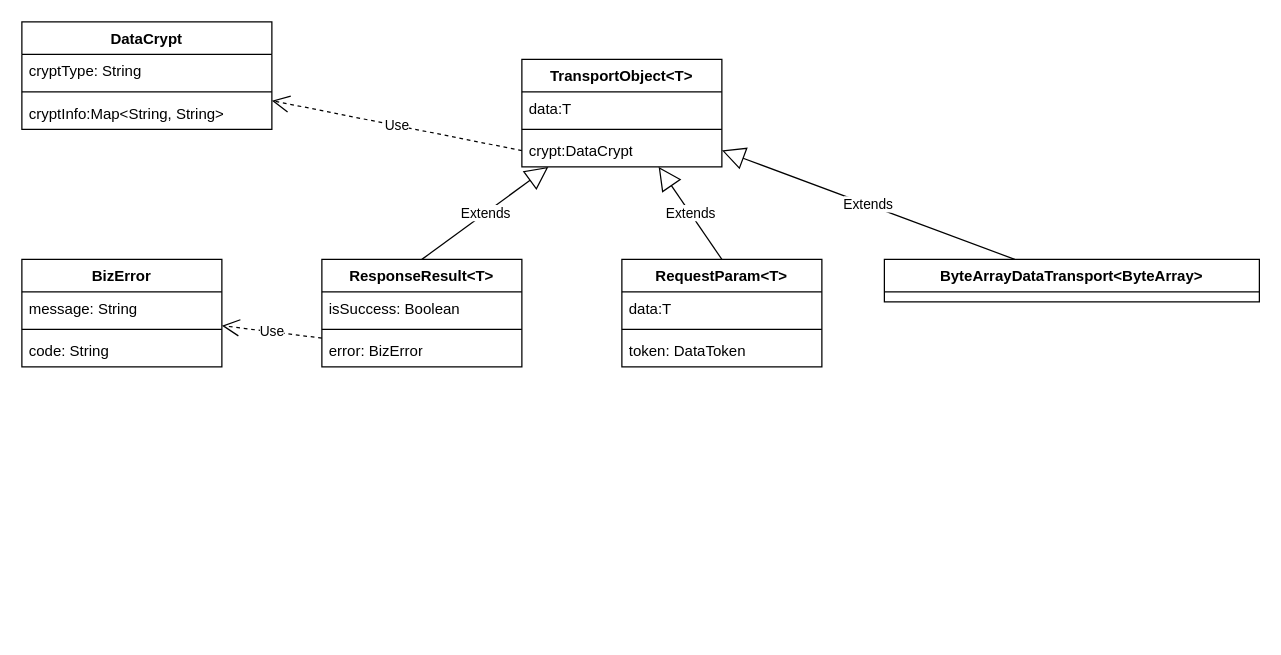
GhostMouse7369/drawio keeps this draw.io diagram as data_crypt.drawio. Above is the earlier version. Source tidied: cells renumbered, new cells numbered last; positions are measured from the earlier drawing's top-left corner, leaving out a move shared by most shapes. Both pictures are drawn from the tidied source at 125%, with x=0, y=0 at pixel (21, 21).
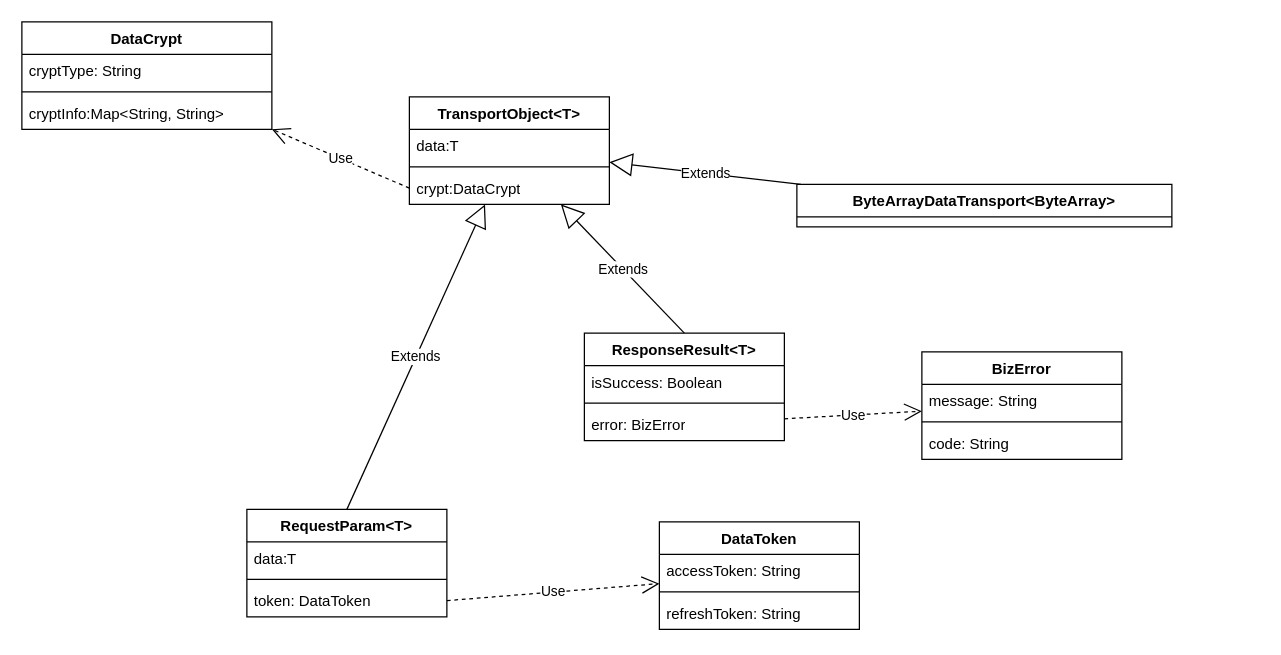
The same page after the edit.

Unchanged cells that the change refers to:
```xml
<mxCell id="17" value="token: DataToken" style="text;strokeColor=none;fillColor=none;align=left;verticalAlign=top;spacingLeft=4;spacingRight=4;overflow=hidden;points=[[0,0.5],[1,0.5]];portConstraint=eastwest;whiteSpace=wrap;html=1;" parent="14" vertex="1">
  <mxGeometry y="60" width="160" height="26" as="geometry" />
</mxCell>
```

Diff of the diagram source:
```diff
@@
     <mxCell id="2" value="TransportObject&amp;lt;T&amp;gt;" style="swimlane;fontStyle=1;align=center;verticalAlign=top;horizontal=1;startSize=26;whiteSpace=wrap;html=1;" parent="1" vertex="1">
-      <mxGeometry x="400" y="30" width="160" height="86" as="geometry" />
+      <mxGeometry x="310" y="60" width="160" height="86" as="geometry" />
     </mxCell>
@@
     <mxCell id="10" value="ResponseResult&amp;lt;T&amp;gt;" style="swimlane;fontStyle=1;align=center;verticalAlign=top;horizontal=1;startSize=26;whiteSpace=wrap;html=1;" parent="1" vertex="1">
-      <mxGeometry x="240" y="190" width="160" height="86" as="geometry" />
+      <mxGeometry x="450" y="249" width="160" height="86" as="geometry" />
     </mxCell>
@@
     <mxCell id="14" value="RequestParam&amp;lt;T&amp;gt;" style="swimlane;fontStyle=1;align=center;verticalAlign=top;horizontal=1;startSize=26;whiteSpace=wrap;html=1;" parent="1" vertex="1">
-      <mxGeometry x="480" y="190" width="160" height="86" as="geometry" />
+      <mxGeometry x="180" y="390" width="160" height="86" as="geometry" />
     </mxCell>
@@
     <mxCell id="18" value="ByteArrayDataTransport&amp;lt;ByteArray&amp;gt;" style="swimlane;fontStyle=1;align=center;verticalAlign=top;horizontal=1;startSize=26;whiteSpace=wrap;html=1;" parent="1" vertex="1">
-      <mxGeometry x="690" y="190" width="300" height="34" as="geometry" />
+      <mxGeometry x="620" y="130" width="300" height="34" as="geometry" />
     </mxCell>
     <mxCell id="19" value="BizError" style="swimlane;fontStyle=1;align=center;verticalAlign=top;horizontal=1;startSize=26;whiteSpace=wrap;html=1;" parent="1" vertex="1">
-      <mxGeometry y="190" width="160" height="86" as="geometry" />
+      <mxGeometry x="720" y="264" width="160" height="86" as="geometry" />
     </mxCell>
@@
+    <mxCell id="28" value="DataToken" style="swimlane;fontStyle=1;align=center;verticalAlign=top;horizontal=1;startSize=26;whiteSpace=wrap;html=1;" parent="1" vertex="1">
+      <mxGeometry x="510" y="400" width="160" height="86" as="geometry" />
+    </mxCell>
+    <mxCell id="29" value="accessToken: String" style="text;strokeColor=none;fillColor=none;align=left;verticalAlign=top;spacingLeft=4;spacingRight=4;overflow=hidden;whiteSpace=wrap;html=1;" parent="28" vertex="1">
+      <mxGeometry y="26" width="160" height="26" as="geometry" />
+    </mxCell>
+    <mxCell id="30" style="line;strokeWidth=1;fillColor=none;align=left;verticalAlign=middle;spacingTop=-1;spacingLeft=3;spacingRight=3;labelPosition=right;strokeColor=inherit;" parent="28" vertex="1">
+      <mxGeometry y="52" width="160" height="8" as="geometry" />
+    </mxCell>
+    <mxCell id="31" value="refreshToken: String" style="text;strokeColor=none;fillColor=none;align=left;verticalAlign=top;spacingLeft=4;spacingRight=4;overflow=hidden;whiteSpace=wrap;html=1;" parent="28" vertex="1">
+      <mxGeometry y="60" width="160" height="26" as="geometry" />
+    </mxCell>
+    <mxCell id="32" value="Use" style="endArrow=open;endSize=12;dashed=1;html=1;rounded=0;exitX=1;exitY=0.5;exitDx=0;exitDy=0;" parent="1" edge="1" source="17" target="28">
+      <mxGeometry relative="1" as="geometry" />
+    </mxCell>
```
